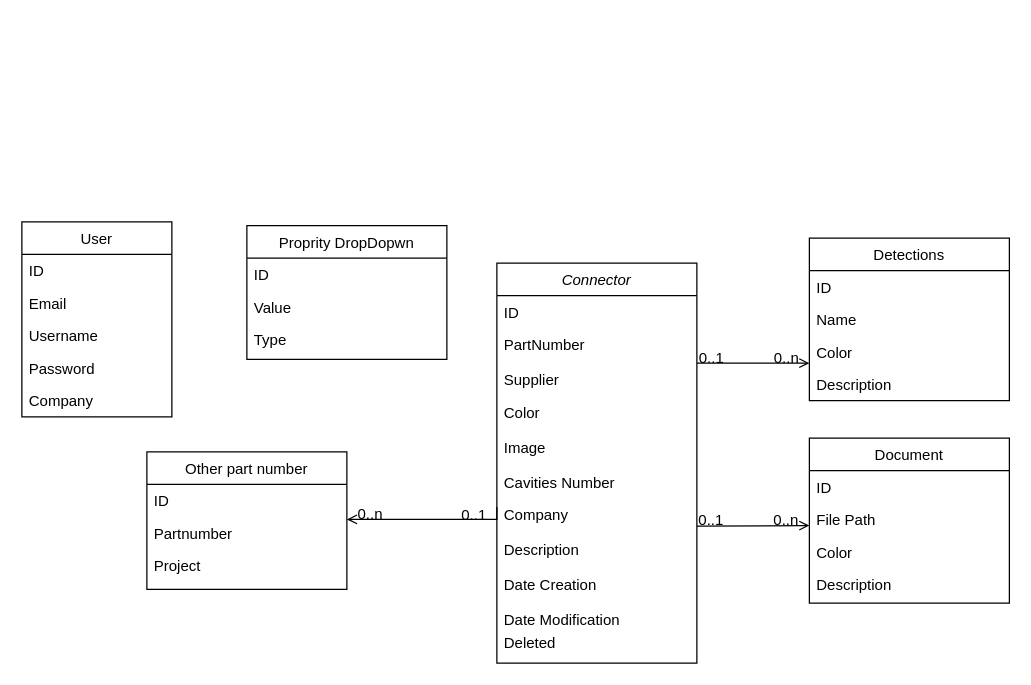
Above: scema.drawio in otmanmoghit/connectorarchive (draw.io), before the change. Source tidied: cells renumbered, new cells numbered last; positions are measured from the earlier drawing's top-left corner, leaving out a move shared by most shapes. Both pictures are drawn from the tidied source at 125%, with x=0, y=0 at pixel (21, 221).
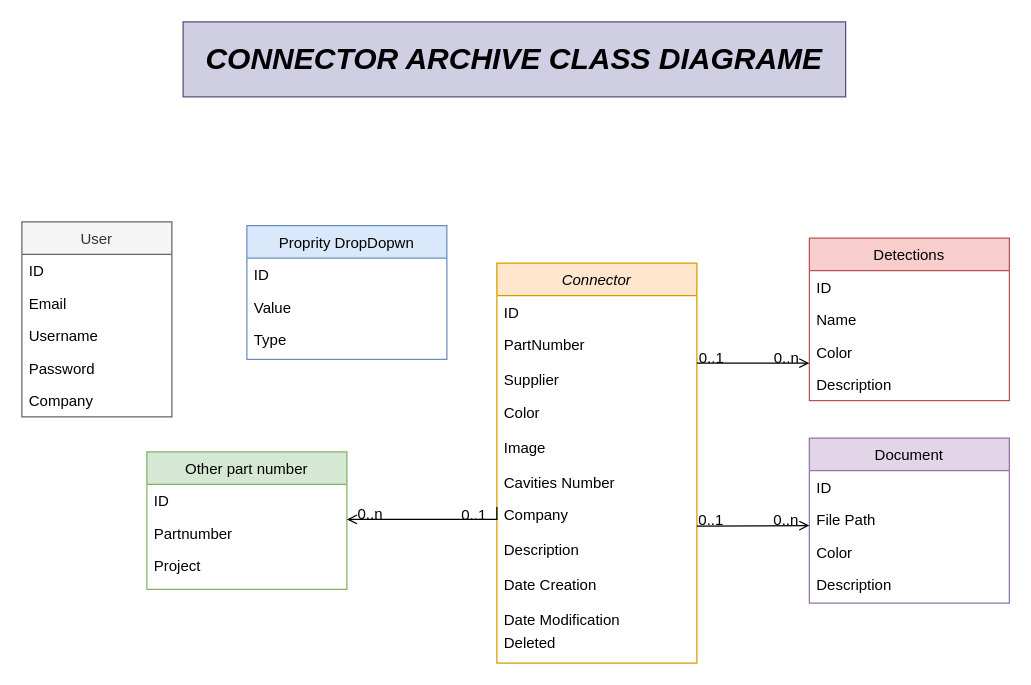
The same diagram, later.

Commit message:
:hammer: stickit chouia ela diagram

What changed in the source:
```diff
@@
-    <mxCell id="2" value="Connector" style="swimlane;fontStyle=2;align=center;verticalAlign=top;horizontal=1;startSize=26;rounded=0;shadow=0;strokeWidth=1;" parent="1" vertex="1">
+    <mxCell id="2" value="Connector" style="swimlane;fontStyle=2;align=center;verticalAlign=top;horizontal=1;startSize=26;rounded=0;shadow=0;strokeWidth=1;swimlaneFillColor=default;fillColor=#ffe6cc;strokeColor=#d79b00;" parent="1" vertex="1">
       <mxGeometry x="380" y="33" width="160" height="320" as="geometry" />
     </mxCell>
@@
-    <mxCell id="14" value="Detections" style="swimlane;fontStyle=0;align=center;verticalAlign=top;horizontal=1;startSize=26;rounded=0;shadow=0;strokeWidth=1;" parent="1" vertex="1">
+    <mxCell id="14" value="Detections" style="swimlane;fontStyle=0;align=center;verticalAlign=top;horizontal=1;startSize=26;rounded=0;shadow=0;strokeWidth=1;swimlaneFillColor=default;fillColor=#f8cecc;strokeColor=#b85450;" parent="1" vertex="1">
       <mxGeometry x="630" y="13" width="160" height="130" as="geometry" />
     </mxCell>
@@
-    <mxCell id="22" value="Proprity DropDopwn" style="swimlane;fontStyle=0;align=center;verticalAlign=top;horizontal=1;startSize=26;rounded=0;shadow=0;strokeWidth=1;" parent="1" vertex="1">
+    <mxCell id="22" value="Proprity DropDopwn" style="swimlane;fontStyle=0;align=center;verticalAlign=top;horizontal=1;startSize=26;rounded=0;shadow=0;strokeWidth=1;fillStyle=solid;fillColor=#dae8fc;strokeColor=#6c8ebf;swimlaneFillColor=default;" parent="1" vertex="1">
       <mxGeometry x="180" y="3" width="160" height="107" as="geometry" />
     </mxCell>
@@
-    <mxCell id="25" value="Type" style="text;align=left;verticalAlign=top;spacingLeft=4;spacingRight=4;overflow=hidden;rounded=0;shadow=0;html=0;" parent="22" vertex="1">
+    <mxCell id="25" value="Type" style="text;align=left;verticalAlign=top;spacingLeft=4;spacingRight=4;overflow=hidden;rounded=0;shadow=0;html=0;fillColor=none;" parent="22" vertex="1">
       <mxGeometry y="78" width="160" height="26" as="geometry" />
     </mxCell>
-    <mxCell id="26" value="User" style="swimlane;fontStyle=0;align=center;verticalAlign=top;horizontal=1;startSize=26;rounded=0;shadow=0;strokeWidth=1;" parent="1" vertex="1">
+    <mxCell id="26" value="User" style="swimlane;fontStyle=0;align=center;verticalAlign=top;horizontal=1;startSize=26;rounded=0;shadow=0;strokeWidth=1;swimlaneFillColor=default;fillColor=#f5f5f5;fontColor=#333333;strokeColor=#666666;" parent="1" vertex="1">
       <mxGeometry width="120" height="156" as="geometry" />
     </mxCell>
@@
-    <mxCell id="32" value="Document" style="swimlane;fontStyle=0;align=center;verticalAlign=top;horizontal=1;startSize=26;rounded=0;shadow=0;strokeWidth=1;" parent="1" vertex="1">
+    <mxCell id="32" value="Document" style="swimlane;fontStyle=0;align=center;verticalAlign=top;horizontal=1;startSize=26;rounded=0;shadow=0;strokeWidth=1;swimlaneFillColor=default;fillColor=#e1d5e7;strokeColor=#9673a6;" parent="1" vertex="1">
       <mxGeometry x="630" y="173" width="160" height="132" as="geometry" />
     </mxCell>
@@
-    <mxCell id="40" value="Other part number" style="swimlane;fontStyle=0;align=center;verticalAlign=top;horizontal=1;startSize=26;rounded=0;shadow=0;strokeWidth=1;" parent="1" vertex="1">
+    <mxCell id="40" value="Other part number" style="swimlane;fontStyle=0;align=center;verticalAlign=top;horizontal=1;startSize=26;rounded=0;shadow=0;strokeWidth=1;swimlaneFillColor=default;fillColor=#d5e8d4;strokeColor=#82b366;" parent="1" vertex="1">
       <mxGeometry x="100" y="184" width="160" height="110" as="geometry" />
     </mxCell>
@@
+    <mxCell id="47" value="&lt;h1 style=&quot;border-color: var(--border-color);&quot;&gt;&lt;b style=&quot;border-color: var(--border-color);&quot;&gt;&lt;i style=&quot;border-color: var(--border-color);&quot;&gt;CONNECTOR ARCHIVE CLASS DIAGRAME&lt;/i&gt;&lt;/b&gt;&lt;/h1&gt;" style="rounded=0;whiteSpace=wrap;html=1;fillStyle=solid;fillColor=#d0cee2;strokeColor=#56517e;" parent="1" vertex="1">
+      <mxGeometry x="129" y="-160" width="530" height="60" as="geometry" />
+    </mxCell>
```
